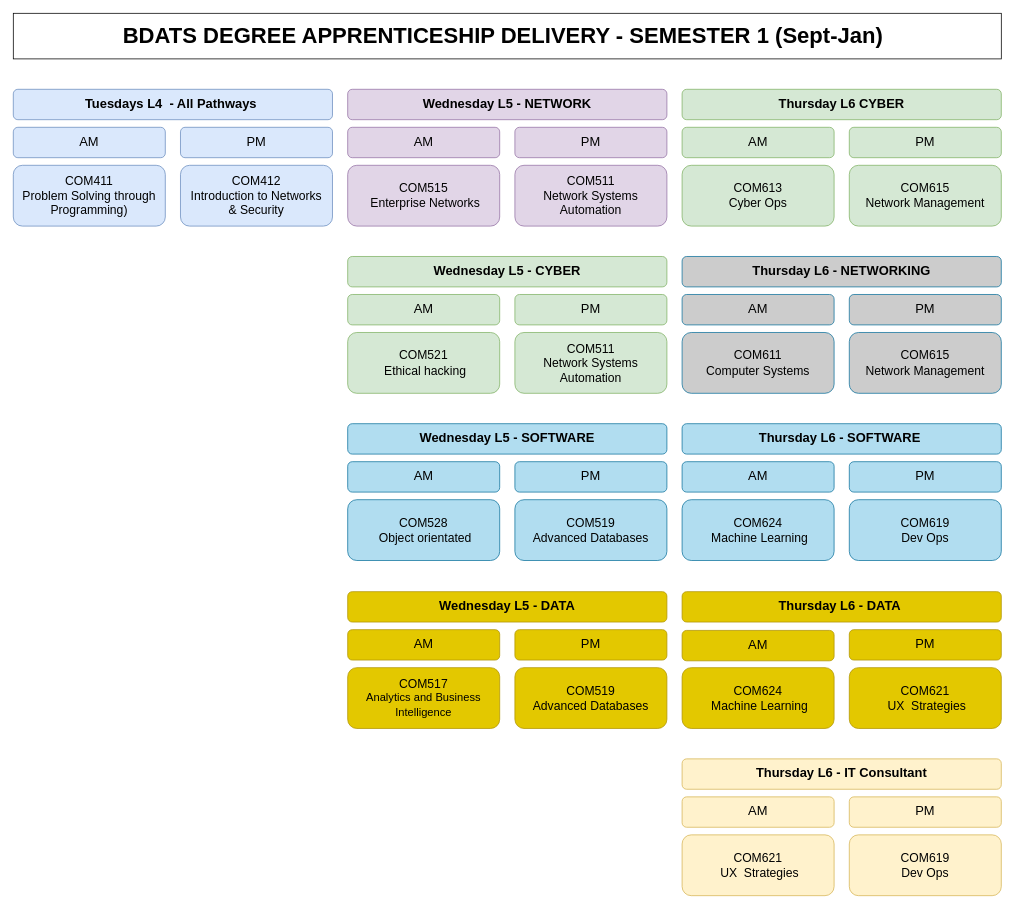
The draw.io diagram page "BDATS - SEM 1" (1 of 3) of BDATS_SEM_1_2023-24.drawio in martinsolent/solent_diagrams, before the edit. Source tidied: cells renumbered, new cells numbered last; positions are measured from the earlier drawing's top-left corner, leaving out a move shared by most shapes. Both pictures are drawn from the tidied source at 76%, with x=0, y=0 at pixel (13, 13).
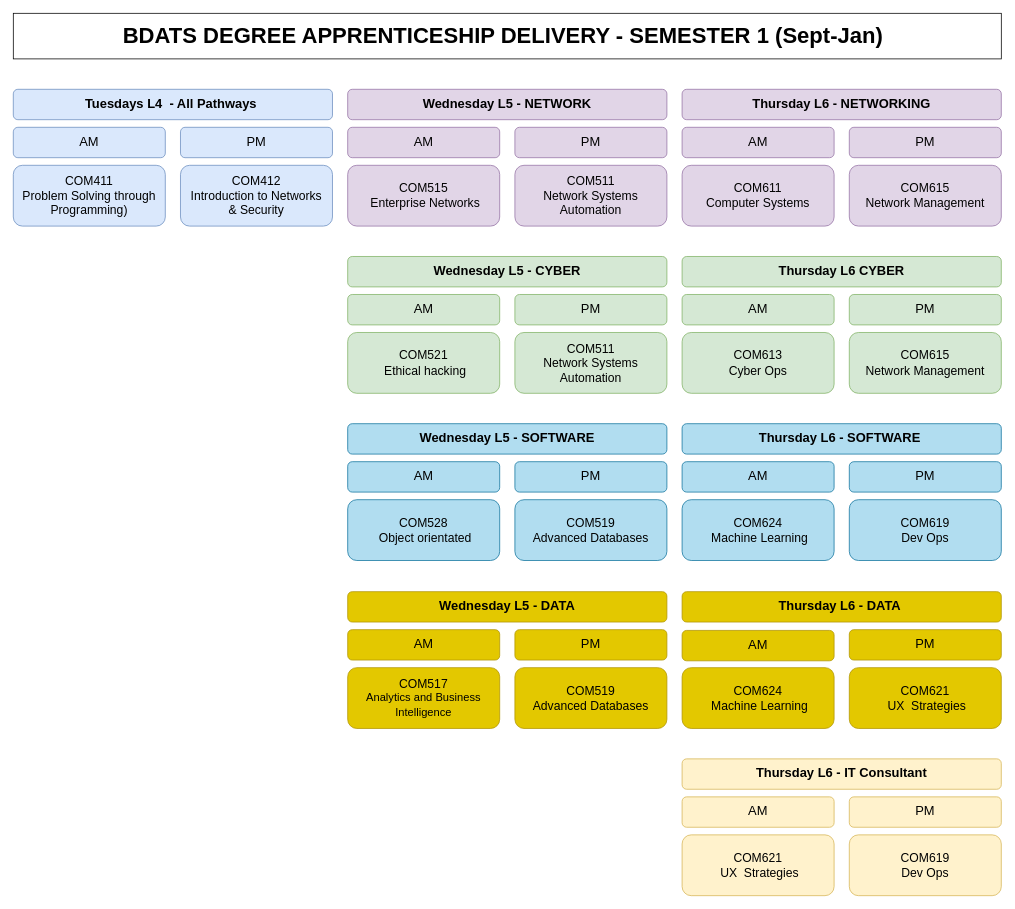
The same diagram, later.

Commit message (it also covers changes not shown here):
recolour L6 sem 1

What changed in the source:
```diff
@@
     <mxCell id="27" value="&lt;font style=&quot;font-size: 17px;&quot;&gt;&lt;b&gt;Thursday L6 CYBER&lt;/b&gt;&lt;/font&gt;" style="rounded=1;whiteSpace=wrap;html=1;fillColor=#d5e8d4;strokeColor=#82b366;" parent="1" vertex="1">
-      <mxGeometry x="880" y="100" width="420" height="40" as="geometry" />
+      <mxGeometry x="880" y="320" width="420" height="40" as="geometry" />
     </mxCell>
     <mxCell id="28" value="&lt;font&gt;&lt;span style=&quot;font-size: 16px&quot;&gt;COM613&lt;br&gt;Cyber Ops&lt;br&gt;&lt;/span&gt;&lt;/font&gt;" style="rounded=1;whiteSpace=wrap;html=1;fillColor=#d5e8d4;strokeColor=#82b366;" parent="1" vertex="1">
-      <mxGeometry x="880" y="200" width="200" height="80" as="geometry" />
+      <mxGeometry x="880" y="420" width="200" height="80" as="geometry" />
     </mxCell>
     <mxCell id="29" value="&lt;span style=&quot;font-size: 16px;&quot;&gt;COM615&lt;/span&gt;&lt;br style=&quot;font-size: 16px;&quot;&gt;&lt;span style=&quot;font-size: 16px;&quot;&gt;Network Management&lt;/span&gt;" style="rounded=1;whiteSpace=wrap;html=1;fillColor=#d5e8d4;strokeColor=#82b366;" parent="1" vertex="1">
-      <mxGeometry x="1100" y="200" width="200" height="80" as="geometry" />
+      <mxGeometry x="1100" y="420" width="200" height="80" as="geometry" />
     </mxCell>
     <mxCell id="30" value="&lt;font style=&quot;font-size: 17px;&quot;&gt;PM&lt;/font&gt;" style="rounded=1;whiteSpace=wrap;html=1;fillColor=#d5e8d4;strokeColor=#82b366;" parent="1" vertex="1">
-      <mxGeometry x="1100" y="150" width="200" height="40" as="geometry" />
+      <mxGeometry x="1100" y="370" width="200" height="40" as="geometry" />
     </mxCell>
     <mxCell id="31" value="&lt;font style=&quot;font-size: 17px;&quot;&gt;AM&lt;/font&gt;" style="rounded=1;whiteSpace=wrap;html=1;fillColor=#d5e8d4;strokeColor=#82b366;" parent="1" vertex="1">
-      <mxGeometry x="880" y="150" width="200" height="40" as="geometry" />
+      <mxGeometry x="880" y="370" width="200" height="40" as="geometry" />
     </mxCell>
@@
-    <mxCell id="42" value="&lt;font style=&quot;font-size: 17px;&quot;&gt;&lt;b&gt;Thursday L6 - NETWORKING&lt;/b&gt;&lt;/font&gt;" style="rounded=1;whiteSpace=wrap;html=1;fillColor=#CCCCCC;strokeColor=#10739e;" parent="1" vertex="1">
-      <mxGeometry x="880" y="320" width="420" height="40" as="geometry" />
+    <mxCell id="42" value="&lt;font style=&quot;font-size: 17px;&quot;&gt;&lt;b&gt;Thursday L6 - NETWORKING&lt;/b&gt;&lt;/font&gt;" style="rounded=1;whiteSpace=wrap;html=1;fillColor=#e1d5e7;strokeColor=#9673a6;" parent="1" vertex="1">
+      <mxGeometry x="880" y="100" width="420" height="40" as="geometry" />
     </mxCell>
-    <mxCell id="43" value="&lt;font&gt;&lt;span style=&quot;font-size: 16px&quot;&gt;COM611&lt;br&gt;Computer Systems&lt;br&gt;&lt;/span&gt;&lt;/font&gt;" style="rounded=1;whiteSpace=wrap;html=1;fillColor=#CCCCCC;strokeColor=#10739e;" parent="1" vertex="1">
-      <mxGeometry x="880" y="420" width="200" height="80" as="geometry" />
+    <mxCell id="43" value="&lt;font&gt;&lt;span style=&quot;font-size: 16px&quot;&gt;COM611&lt;br&gt;Computer Systems&lt;br&gt;&lt;/span&gt;&lt;/font&gt;" style="rounded=1;whiteSpace=wrap;html=1;fillColor=#e1d5e7;strokeColor=#9673a6;" parent="1" vertex="1">
+      <mxGeometry x="880" y="200" width="200" height="80" as="geometry" />
     </mxCell>
-    <mxCell id="44" value="&lt;span style=&quot;font-size: 16px;&quot;&gt;COM615&lt;/span&gt;&lt;br style=&quot;font-size: 16px;&quot;&gt;&lt;span style=&quot;font-size: 16px;&quot;&gt;Network Management&lt;/span&gt;" style="rounded=1;whiteSpace=wrap;html=1;fillColor=#CCCCCC;strokeColor=#10739e;" parent="1" vertex="1">
-      <mxGeometry x="1100" y="420" width="200" height="80" as="geometry" />
+    <mxCell id="44" value="&lt;span style=&quot;font-size: 16px;&quot;&gt;COM615&lt;/span&gt;&lt;br style=&quot;font-size: 16px;&quot;&gt;&lt;span style=&quot;font-size: 16px;&quot;&gt;Network Management&lt;/span&gt;" style="rounded=1;whiteSpace=wrap;html=1;fillColor=#e1d5e7;strokeColor=#9673a6;" parent="1" vertex="1">
+      <mxGeometry x="1100" y="200" width="200" height="80" as="geometry" />
     </mxCell>
-    <mxCell id="45" value="&lt;font style=&quot;font-size: 17px;&quot;&gt;PM&lt;/font&gt;" style="rounded=1;whiteSpace=wrap;html=1;fillColor=#CCCCCC;strokeColor=#10739e;" parent="1" vertex="1">
-      <mxGeometry x="1100" y="370" width="200" height="40" as="geometry" />
+    <mxCell id="45" value="&lt;font style=&quot;font-size: 17px;&quot;&gt;PM&lt;/font&gt;" style="rounded=1;whiteSpace=wrap;html=1;fillColor=#e1d5e7;strokeColor=#9673a6;" parent="1" vertex="1">
+      <mxGeometry x="1100" y="150" width="200" height="40" as="geometry" />
     </mxCell>
-    <mxCell id="46" value="&lt;font style=&quot;font-size: 17px;&quot;&gt;AM&lt;/font&gt;" style="rounded=1;whiteSpace=wrap;html=1;fillColor=#CCCCCC;strokeColor=#10739e;" parent="1" vertex="1">
-      <mxGeometry x="880" y="370" width="200" height="40" as="geometry" />
+    <mxCell id="46" value="&lt;font style=&quot;font-size: 17px;&quot;&gt;AM&lt;/font&gt;" style="rounded=1;whiteSpace=wrap;html=1;fillColor=#e1d5e7;strokeColor=#9673a6;" parent="1" vertex="1">
+      <mxGeometry x="880" y="150" width="200" height="40" as="geometry" />
     </mxCell>
```
